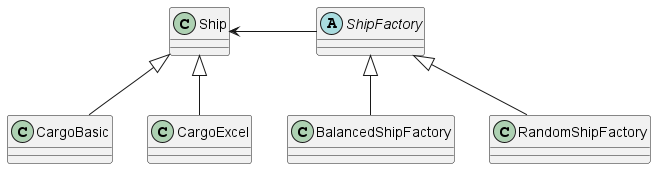
Above: factory/diagram.png in leonsant/javadesignpatterns (PlantUML), before the change.
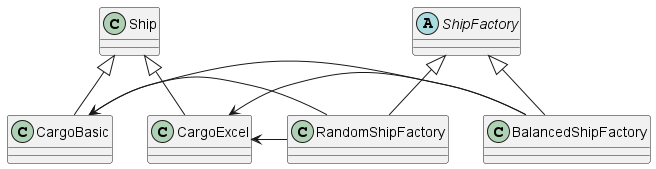
After the commit.

Commit message:
Updating factory UML diagram png.

Change to the diagram source:
```diff
@@ -4,14 +4,17 @@
 class BalancedShipFactory
 class RandomShipFactory
 
-Ship <- ShipFactory
+class CargoBasic
+class CargoExcel
+class Ship
+
+CargoBasic <- BalancedShipFactory
+CargoExcel <- BalancedShipFactory
+CargoBasic <- RandomShipFactory
+CargoExcel <- RandomShipFactory
 
 ShipFactory <|-- BalancedShipFactory
 ShipFactory <|-- RandomShipFactory
-
-class CargoBasic
-class CargoExcel
-class Ship
 
 Ship <|-- CargoBasic
 Ship <|-- CargoExcel
```
